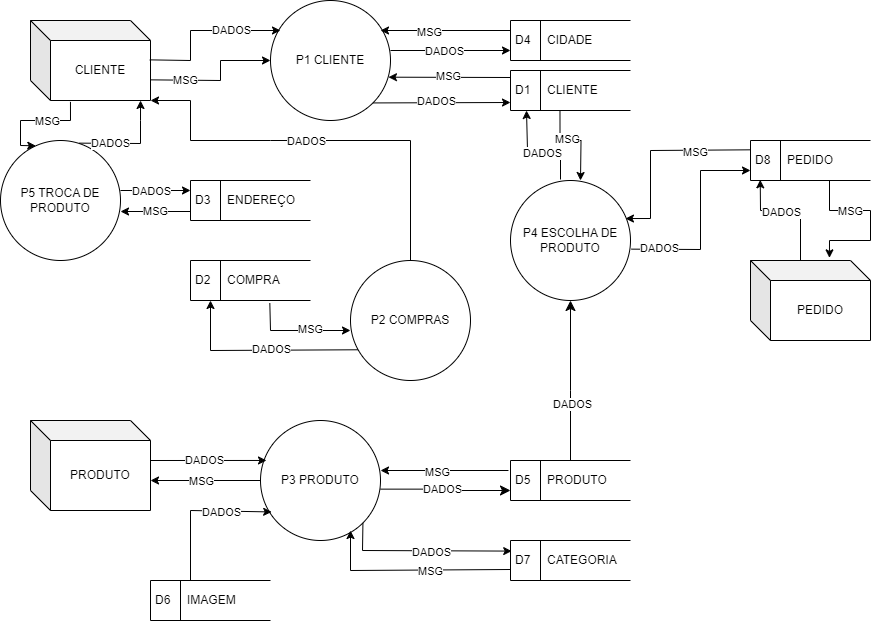
The draw.io diagram diagramadefluxo.drawio.png in LukaPaganoti/TCC-CEEP, before a commit. Source tidied: cells renumbered, new cells last; positions are measured from the earlier drawing's top-left corner, leaving out a move shared by most shapes.
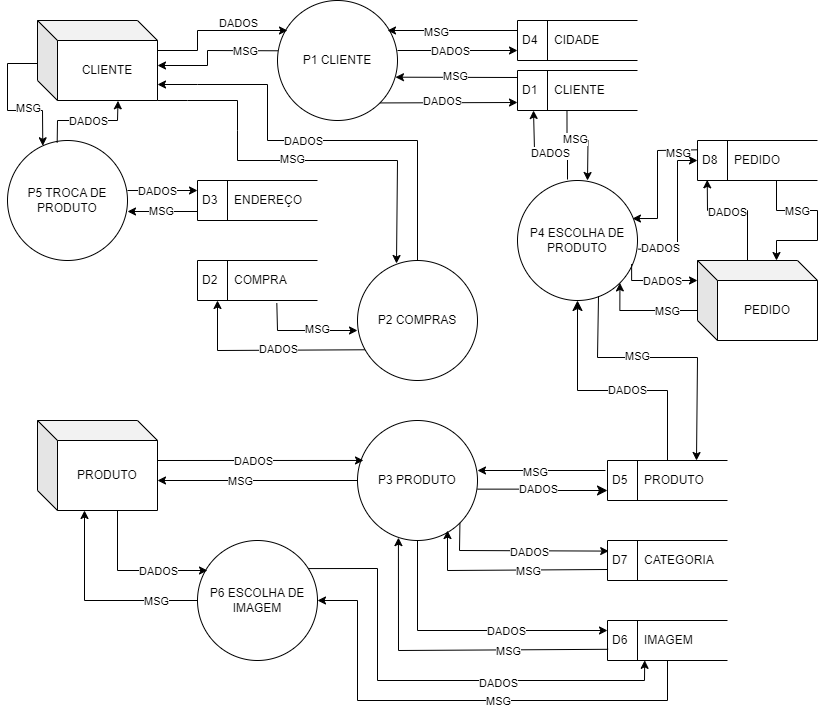
After the change.

The edit, as a diff of the source:
```diff
@@ -5,8 +5,20 @@
     <mxCell id="2" value="CLIENTE" style="shape=cube;whiteSpace=wrap;html=1;boundedLbl=1;backgroundOutline=1;darkOpacity=0.05;darkOpacity2=0.1;" parent="1" vertex="1">
       <mxGeometry x="30" y="20" width="120" height="80" as="geometry" />
     </mxCell>
+    <mxCell id="72" style="edgeStyle=orthogonalEdgeStyle;rounded=0;jettySize=auto;html=1;exitX=0;exitY=0.625;exitDx=0;exitDy=0;exitPerimeter=0;entryX=1;entryY=1;entryDx=0;entryDy=0;" parent="1" edge="1" source="3" target="32">
+      <mxGeometry relative="1" as="geometry">
+        <Array as="points">
+          <mxPoint x="612" y="310" />
+        </Array>
+      </mxGeometry>
+    </mxCell>
+    <mxCell id="73" value="MSG" style="edgeLabel;html=1;align=center;verticalAlign=middle;" parent="72" vertex="1">
+      <mxGeometry x="-0.17" y="4" relative="1" as="geometry">
+        <mxPoint x="13" y="-4" as="offset" />
+      </mxGeometry>
+    </mxCell>
     <mxCell id="3" value="PEDIDO" style="shape=cube;whiteSpace=wrap;html=1;boundedLbl=1;backgroundOutline=1;darkOpacity=0.05;darkOpacity2=0.1;" parent="1" vertex="1">
-      <mxGeometry x="750" y="260" width="120" height="80" as="geometry" />
+      <mxGeometry x="690" y="260" width="120" height="80" as="geometry" />
     </mxCell>
     <mxCell id="4" value="D1&amp;nbsp; &amp;nbsp; &amp;nbsp;CLIENTE" style="html=1;dashed=0;whiteSpace=wrap;shape=mxgraph.dfd.dataStoreID;align=left;spacingLeft=3;points=[[0,0],[0.5,0],[1,0],[0,0.5],[1,0.5],[0,1],[0.5,1],[1,1]];" parent="1" vertex="1">
       <mxGeometry x="510" y="70" width="120" height="40" as="geometry" />
@@ -20,11 +32,12 @@
     <mxCell id="7" value="P1 CLIENTE" style="shape=ellipse;html=1;dashed=0;whiteSpace=wrap;perimeter=ellipsePerimeter;" parent="1" vertex="1">
       <mxGeometry x="270" width="120" height="120" as="geometry" />
     </mxCell>
-    <mxCell id="8" style="endArrow=classic;html=1;rounded=0;exitX=0.994;exitY=0.492;exitDx=0;exitDy=0;exitPerimeter=0;" parent="1" edge="1" source="2">
+    <mxCell id="8" style="endArrow=classic;html=1;rounded=0;" parent="1" edge="1">
       <mxGeometry relative="1" as="geometry">
+        <mxPoint x="150" y="50" as="sourcePoint" />
         <mxPoint x="280" y="30" as="targetPoint" />
         <Array as="points">
-          <mxPoint x="190" y="60" />
+          <mxPoint x="190" y="50" />
           <mxPoint x="190" y="30" />
         </Array>
       </mxGeometry>
@@ -56,13 +69,15 @@
       </mxGeometry>
     </mxCell>
     <mxCell id="14" value="DADOS" style="edgeLabel;html=1;align=center;verticalAlign=middle;" parent="13" vertex="1">
-      <mxGeometry x="-0.29" y="-1" relative="1" as="geometry" />
+      <mxGeometry x="-0.29" y="-1" relative="1" as="geometry">
+        <mxPoint x="-21" as="offset" />
+      </mxGeometry>
     </mxCell>
     <mxCell id="15" value="P2 COMPRAS" style="shape=ellipse;html=1;dashed=0;whiteSpace=wrap;perimeter=ellipsePerimeter;" parent="1" vertex="1">
       <mxGeometry x="350" y="260" width="120" height="120" as="geometry" />
     </mxCell>
     <mxCell id="16" value="P3 PRODUTO" style="shape=ellipse;html=1;dashed=0;whiteSpace=wrap;perimeter=ellipsePerimeter;" parent="1" vertex="1">
-      <mxGeometry x="260" y="420" width="120" height="120" as="geometry" />
+      <mxGeometry x="350" y="420" width="120" height="120" as="geometry" />
     </mxCell>
     <mxCell id="17" style="endArrow=classic;html=1;rounded=0;entryX=0.05;entryY=0.333;entryDx=0;entryDy=0;entryPerimeter=0;" parent="1" edge="1" target="16">
       <mxGeometry relative="1" as="geometry">
@@ -73,11 +88,11 @@
       <mxGeometry x="-0.07" relative="1" as="geometry" />
     </mxCell>
     <mxCell id="19" value="D5&amp;nbsp; &amp;nbsp; &amp;nbsp;PRODUTO" style="html=1;dashed=0;whiteSpace=wrap;shape=mxgraph.dfd.dataStoreID;align=left;spacingLeft=3;points=[[0,0],[0.5,0],[1,0],[0,0.5],[1,0.5],[0,1],[0.5,1],[1,1]];" parent="1" vertex="1">
-      <mxGeometry x="510" y="460" width="120" height="40" as="geometry" />
+      <mxGeometry x="600" y="460" width="120" height="40" as="geometry" />
     </mxCell>
     <mxCell id="20" style="edgeStyle=elbowEdgeStyle;elbow=horizontal;endArrow=classic;html=1;curved=0;rounded=0;endSize=8;startSize=8;exitX=1;exitY=0.572;exitDx=0;exitDy=0;exitPerimeter=0;" parent="1" edge="1" source="16">
       <mxGeometry relative="1" as="geometry">
-        <mxPoint x="510" y="490" as="targetPoint" />
+        <mxPoint x="600" y="490" as="targetPoint" />
       </mxGeometry>
     </mxCell>
     <mxCell id="21" value="DADOS" style="edgeLabel;html=1;align=center;verticalAlign=middle;" parent="20" vertex="1">
@@ -86,10 +101,10 @@
       </mxGeometry>
     </mxCell>
     <mxCell id="22" value="D6&amp;nbsp; &amp;nbsp; &amp;nbsp;IMAGEM" style="html=1;dashed=0;whiteSpace=wrap;shape=mxgraph.dfd.dataStoreID;align=left;spacingLeft=3;points=[[0,0],[0.5,0],[1,0],[0,0.5],[1,0.5],[0,1],[0.5,1],[1,1]];" parent="1" vertex="1">
-      <mxGeometry x="150" y="580" width="120" height="40" as="geometry" />
+      <mxGeometry x="600" y="620" width="120" height="40" as="geometry" />
     </mxCell>
     <mxCell id="23" value="D7&amp;nbsp; &amp;nbsp; &amp;nbsp;CATEGORIA" style="html=1;dashed=0;whiteSpace=wrap;shape=mxgraph.dfd.dataStoreID;align=left;spacingLeft=3;points=[[0,0],[0.5,0],[1,0],[0,0.5],[1,0.5],[0,1],[0.5,1],[1,1]];" parent="1" vertex="1">
-      <mxGeometry x="510" y="540" width="120" height="40" as="geometry" />
+      <mxGeometry x="600" y="540" width="120" height="40" as="geometry" />
     </mxCell>
     <mxCell id="24" style="endArrow=classic;html=1;rounded=0;exitX=0;exitY=0;exitDx=0;exitDy=0;" parent="1" edge="1">
       <mxGeometry relative="1" as="geometry">
@@ -100,11 +115,12 @@
     <mxCell id="25" value="MSG" style="edgeLabel;html=1;align=center;verticalAlign=middle;" parent="24" vertex="1">
       <mxGeometry x="0.26" y="1" relative="1" as="geometry" />
     </mxCell>
-    <mxCell id="26" style="endArrow=classic;html=1;rounded=0;exitX=1.006;exitY=0.742;exitDx=0;exitDy=0;exitPerimeter=0;entryX=0;entryY=0.5;entryDx=0;entryDy=0;" parent="1" edge="1" source="2" target="7">
+    <mxCell id="26" style="endArrow=classic;html=1;rounded=0;exitX=0.004;exitY=0.419;exitDx=0;exitDy=0;exitPerimeter=0;" parent="1" edge="1" source="7">
       <mxGeometry relative="1" as="geometry">
+        <mxPoint x="150" y="65" as="targetPoint" />
         <Array as="points">
-          <mxPoint x="220" y="80" />
-          <mxPoint x="220" y="60" />
+          <mxPoint x="200" y="50" />
+          <mxPoint x="200" y="65" />
         </Array>
       </mxGeometry>
     </mxCell>
@@ -157,31 +173,32 @@
     <mxCell id="37" value="P5 TROCA DE&lt;br&gt;PRODUTO" style="shape=ellipse;html=1;dashed=0;whiteSpace=wrap;perimeter=ellipsePerimeter;" parent="1" vertex="1">
       <mxGeometry y="140" width="120" height="120" as="geometry" />
     </mxCell>
-    <mxCell id="38" style="endArrow=classic;html=1;rounded=0;entryX=0.917;entryY=1;entryDx=0;entryDy=0;entryPerimeter=0;exitX=0.656;exitY=0.022;exitDx=0;exitDy=0;exitPerimeter=0;" parent="1" edge="1" source="37" target="2">
+    <mxCell id="38" style="endArrow=classic;html=1;rounded=0;entryX=0.671;entryY=1.004;entryDx=0;entryDy=0;entryPerimeter=0;exitX=0.414;exitY=0.017;exitDx=0;exitDy=0;exitPerimeter=0;" parent="1" edge="1" source="37" target="2">
       <mxGeometry relative="1" as="geometry">
         <Array as="points">
-          <mxPoint x="140" y="143" />
-          <mxPoint x="140" y="120" />
+          <mxPoint x="50" y="120" />
+          <mxPoint x="110" y="120" />
         </Array>
       </mxGeometry>
     </mxCell>
     <mxCell id="39" value="DADOS" style="edgeLabel;html=1;align=center;verticalAlign=middle;" parent="38" vertex="1">
       <mxGeometry x="-0.48" relative="1" as="geometry">
-        <mxPoint x="4" as="offset" />
+        <mxPoint x="27" as="offset" />
       </mxGeometry>
     </mxCell>
-    <mxCell id="40" style="endArrow=classic;html=1;rounded=0;entryX=0.294;entryY=0.044;entryDx=0;entryDy=0;entryPerimeter=0;exitX=0.333;exitY=1.017;exitDx=0;exitDy=0;exitPerimeter=0;" parent="1" edge="1" source="2" target="37">
+    <mxCell id="40" style="endArrow=classic;html=1;rounded=0;entryX=0.294;entryY=0.044;entryDx=0;entryDy=0;entryPerimeter=0;" parent="1" edge="1" target="37">
       <mxGeometry relative="1" as="geometry">
+        <mxPoint x="30" y="63" as="sourcePoint" />
         <Array as="points">
-          <mxPoint x="70" y="120" />
-          <mxPoint x="20" y="120" />
-          <mxPoint x="20" y="145" />
+          <mxPoint y="63" />
+          <mxPoint y="110" />
+          <mxPoint x="35" y="110" />
         </Array>
       </mxGeometry>
     </mxCell>
     <mxCell id="41" value="MSG" style="edgeLabel;html=1;align=center;verticalAlign=middle;" parent="40" vertex="1">
       <mxGeometry x="-0.35" relative="1" as="geometry">
-        <mxPoint x="-7" as="offset" />
+        <mxPoint x="20" y="27" as="offset" />
       </mxGeometry>
     </mxCell>
     <mxCell id="42" style="endArrow=classic;html=1;rounded=0;" parent="1" edge="1">
@@ -207,27 +224,28 @@
       </mxGeometry>
     </mxCell>
     <mxCell id="46" value="D8&amp;nbsp; &amp;nbsp; &amp;nbsp;PEDIDO" style="html=1;dashed=0;whiteSpace=wrap;shape=mxgraph.dfd.dataStoreID;align=left;spacingLeft=3;points=[[0,0],[0.5,0],[1,0],[0,0.5],[1,0.5],[0,1],[0.5,1],[1,1]];" parent="1" vertex="1">
-      <mxGeometry x="750" y="140" width="120" height="40" as="geometry" />
+      <mxGeometry x="690" y="140" width="120" height="40" as="geometry" />
     </mxCell>
     <mxCell id="47" style="endArrow=classic;html=1;rounded=0;exitX=0;exitY=0;exitDx=50;exitDy=0;exitPerimeter=0;entryX=0.081;entryY=0.983;entryDx=0;entryDy=0;entryPerimeter=0;" parent="1" edge="1" source="3" target="46">
       <mxGeometry relative="1" as="geometry">
         <Array as="points">
-          <mxPoint x="800" y="210" />
-          <mxPoint x="760" y="210" />
+          <mxPoint x="740" y="210" />
+          <mxPoint x="700" y="210" />
         </Array>
       </mxGeometry>
     </mxCell>
     <mxCell id="48" value="DADOS" style="edgeLabel;html=1;align=center;verticalAlign=middle;" parent="47" vertex="1">
       <mxGeometry x="0.16" y="1" relative="1" as="geometry" />
     </mxCell>
-    <mxCell id="49" style="endArrow=classic;html=1;rounded=0;entryX=0.658;entryY=-0.033;entryDx=0;entryDy=0;entryPerimeter=0;" parent="1" edge="1" target="3">
+    <mxCell id="49" style="endArrow=classic;html=1;rounded=0;" parent="1" edge="1">
       <mxGeometry relative="1" as="geometry">
-        <mxPoint x="829" y="180" as="sourcePoint" />
+        <mxPoint x="769" y="180" as="sourcePoint" />
+        <mxPoint x="769" y="260" as="targetPoint" />
         <Array as="points">
-          <mxPoint x="829" y="210" />
-          <mxPoint x="870" y="210" />
-          <mxPoint x="870" y="240" />
-          <mxPoint x="829" y="240" />
+          <mxPoint x="769" y="210" />
+          <mxPoint x="810" y="210" />
+          <mxPoint x="810" y="240" />
+          <mxPoint x="769" y="240" />
         </Array>
       </mxGeometry>
     </mxCell>
@@ -243,27 +261,29 @@
       </mxGeometry>
     </mxCell>
     <mxCell id="52" value="MSG" style="edgeLabel;html=1;align=center;verticalAlign=middle;" parent="51" vertex="1">
-      <mxGeometry x="-0.43" y="2" relative="1" as="geometry" />
+      <mxGeometry x="-0.43" y="2" relative="1" as="geometry">
+        <mxPoint x="18" as="offset" />
+      </mxGeometry>
     </mxCell>
-    <mxCell id="53" style="endArrow=classic;html=1;rounded=0;exitX=1.008;exitY=0.572;exitDx=0;exitDy=0;exitPerimeter=0;" parent="1" edge="1" source="32">
+    <mxCell id="53" style="endArrow=classic;html=1;rounded=0;exitX=1.008;exitY=0.572;exitDx=0;exitDy=0;exitPerimeter=0;entryX=0;entryY=0.5;entryDx=0;entryDy=0;" parent="1" edge="1" source="32" target="46">
       <mxGeometry relative="1" as="geometry">
-        <mxPoint x="750" y="170" as="targetPoint" />
         <Array as="points">
-          <mxPoint x="700" y="249" />
-          <mxPoint x="700" y="170" />
+          <mxPoint x="670" y="249" />
+          <mxPoint x="670" y="160" />
         </Array>
       </mxGeometry>
     </mxCell>
     <mxCell id="54" value="DADOS" style="edgeLabel;html=1;align=center;verticalAlign=middle;" parent="53" vertex="1">
       <mxGeometry x="-0.72" y="1" relative="1" as="geometry" />
     </mxCell>
-    <mxCell id="55" style="endArrow=classic;html=1;rounded=0;entryX=1;entryY=1;entryDx=0;entryDy=0;entryPerimeter=0;exitX=0.5;exitY=0;exitDx=0;exitDy=0;" parent="1" edge="1" source="15" target="2">
+    <mxCell id="55" style="endArrow=classic;html=1;rounded=0;exitX=0.5;exitY=0;exitDx=0;exitDy=0;" parent="1" edge="1" source="15">
       <mxGeometry relative="1" as="geometry">
+        <mxPoint x="150" y="84" as="targetPoint" />
         <Array as="points">
           <mxPoint x="410" y="140" />
-          <mxPoint x="270" y="140" />
-          <mxPoint x="190" y="140" />
-          <mxPoint x="190" y="100" />
+          <mxPoint x="260" y="140" />
+          <mxPoint x="260" y="84" />
+          <mxPoint x="190" y="84" />
         </Array>
       </mxGeometry>
     </mxCell>
@@ -311,7 +331,7 @@
     </mxCell>
     <mxCell id="64" style="endArrow=classic;html=1;rounded=0;exitX=-0.017;exitY=0.25;exitDx=0;exitDy=0;exitPerimeter=0;" parent="1" edge="1" source="19">
       <mxGeometry relative="1" as="geometry">
-        <mxPoint x="380" y="470" as="targetPoint" />
+        <mxPoint x="470" y="470" as="targetPoint" />
       </mxGeometry>
     </mxCell>
     <mxCell id="65" value="MSG" style="edgeLabel;html=1;align=center;verticalAlign=middle;" parent="64" vertex="1">
@@ -320,7 +340,7 @@
     <mxCell id="66" style="endArrow=classic;html=1;rounded=0;entryX=0.75;entryY=0.917;entryDx=0;entryDy=0;entryPerimeter=0;exitX=-0.003;exitY=0.725;exitDx=0;exitDy=0;exitPerimeter=0;" parent="1" edge="1" source="23" target="16">
       <mxGeometry relative="1" as="geometry">
         <Array as="points">
-          <mxPoint x="350" y="570" />
+          <mxPoint x="440" y="570" />
         </Array>
       </mxGeometry>
     </mxCell>
@@ -332,7 +352,7 @@
     <mxCell id="68" style="endArrow=classic;html=1;rounded=0;entryX=0.01;entryY=0.265;entryDx=0;entryDy=0;entryPerimeter=0;exitX=1;exitY=1;exitDx=0;exitDy=0;" parent="1" edge="1" source="16" target="23">
       <mxGeometry relative="1" as="geometry">
         <Array as="points">
-          <mxPoint x="362" y="550" />
+          <mxPoint x="452" y="550" />
         </Array>
       </mxGeometry>
     </mxCell>
@@ -341,16 +361,134 @@
         <mxPoint x="5" as="offset" />
       </mxGeometry>
     </mxCell>
-    <mxCell id="70" style="endArrow=classic;html=1;rounded=0;entryX=0.093;entryY=0.762;entryDx=0;entryDy=0;entryPerimeter=0;" parent="1" edge="1" target="16">
+    <mxCell id="70" style="endArrow=classic;html=1;rounded=0;entryX=0.341;entryY=0.976;entryDx=0;entryDy=0;entryPerimeter=0;exitX=0.005;exitY=0.72;exitDx=0;exitDy=0;exitPerimeter=0;" parent="1" edge="1" source="22" target="16">
       <mxGeometry relative="1" as="geometry">
-        <mxPoint x="190" y="580" as="sourcePoint" />
         <Array as="points">
-          <mxPoint x="190" y="510" />
+          <mxPoint x="391" y="650" />
         </Array>
       </mxGeometry>
     </mxCell>
-    <mxCell id="71" value="DADOS" style="edgeLabel;html=1;align=center;verticalAlign=middle;" parent="70" vertex="1">
-      <mxGeometry x="0.33" y="-1" relative="1" as="geometry" />
-    </mxCell>
+    <mxCell id="74" value="P6 ESCOLHA DE IMAGEM" style="shape=ellipse;html=1;dashed=0;whiteSpace=wrap;perimeter=ellipsePerimeter;" parent="1" vertex="1">
+      <mxGeometry x="190" y="540" width="120" height="120" as="geometry" />
+    </mxCell>
+    <mxCell id="75" style="endArrow=classic;html=1;rounded=0;exitX=0.5;exitY=1;exitDx=0;exitDy=0;" parent="1" edge="1" source="16">
+      <mxGeometry relative="1" as="geometry">
+        <mxPoint x="600" y="630" as="targetPoint" />
+        <Array as="points">
+          <mxPoint x="410" y="630" />
+        </Array>
+      </mxGeometry>
+    </mxCell>
+    <mxCell id="76" value="MSG" style="edgeLabel;html=1;align=center;verticalAlign=middle;" parent="75" vertex="1">
+      <mxGeometry x="0.28" y="1" relative="1" as="geometry">
+        <mxPoint y="21" as="offset" />
+      </mxGeometry>
+    </mxCell>
+    <mxCell id="77" value="Text" style="edgeLabel;html=1;align=center;verticalAlign=middle;" parent="75" vertex="1">
+      <mxGeometry x="0.26" y="2" relative="1" as="geometry" />
+    </mxCell>
+    <mxCell id="78" value="DADOS" style="edgeLabel;html=1;align=center;verticalAlign=middle;" parent="75" vertex="1">
+      <mxGeometry x="0.28" y="2" relative="1" as="geometry">
+        <mxPoint y="2" as="offset" />
+      </mxGeometry>
+    </mxCell>
+    <mxCell id="79" style="endArrow=classic;html=1;rounded=0;entryX=0.325;entryY=0.025;entryDx=0;entryDy=0;entryPerimeter=0;exitX=1;exitY=1;exitDx=0;exitDy=0;exitPerimeter=0;" parent="1" edge="1" source="2" target="15">
+      <mxGeometry relative="1" as="geometry">
+        <Array as="points">
+          <mxPoint x="180" y="100" />
+          <mxPoint x="230" y="100" />
+          <mxPoint x="230" y="130" />
+          <mxPoint x="230" y="160" />
+          <mxPoint x="390" y="160" />
+        </Array>
+      </mxGeometry>
+    </mxCell>
+    <mxCell id="80" value="MSG" style="edgeLabel;html=1;align=center;verticalAlign=middle;" parent="79" vertex="1">
+      <mxGeometry x="-0.14" y="2" relative="1" as="geometry">
+        <mxPoint x="21" as="offset" />
+      </mxGeometry>
+    </mxCell>
+    <mxCell id="81" style="endArrow=classic;html=1;rounded=0;entryX=0.325;entryY=0.025;entryDx=0;entryDy=0;entryPerimeter=0;exitX=0.675;exitY=0.964;exitDx=0;exitDy=0;exitPerimeter=0;" parent="1" edge="1" source="32">
+      <mxGeometry relative="1" as="geometry">
+        <mxPoint x="689" y="460" as="targetPoint" />
+        <Array as="points">
+          <mxPoint x="590" y="357" />
+          <mxPoint x="690" y="357" />
+        </Array>
+      </mxGeometry>
+    </mxCell>
+    <mxCell id="82" value="MSG" style="edgeLabel;html=1;align=center;verticalAlign=middle;" parent="81" vertex="1">
+      <mxGeometry x="-0.14" y="2" relative="1" as="geometry">
+        <mxPoint x="-12" as="offset" />
+      </mxGeometry>
+    </mxCell>
+    <mxCell id="83" style="endArrow=classic;html=1;rounded=0;entryX=0.31;entryY=0.996;entryDx=0;entryDy=0;entryPerimeter=0;exitX=0.923;exitY=0.234;exitDx=0;exitDy=0;exitPerimeter=0;" parent="1" edge="1" source="74" target="22">
+      <mxGeometry relative="1" as="geometry">
+        <Array as="points">
+          <mxPoint x="370" y="568" />
+          <mxPoint x="370" y="680" />
+          <mxPoint x="637" y="680" />
+        </Array>
+      </mxGeometry>
+    </mxCell>
+    <mxCell id="84" value="DADOS" style="edgeLabel;html=1;align=center;verticalAlign=middle;" parent="83" vertex="1">
+      <mxGeometry x="0.32" y="-2" relative="1" as="geometry">
+        <mxPoint x="-7" as="offset" />
+      </mxGeometry>
+    </mxCell>
+    <mxCell id="85" style="endArrow=classic;html=1;rounded=0;entryX=1;entryY=0.5;entryDx=0;entryDy=0;exitX=0.5;exitY=1;exitDx=0;exitDy=0;" parent="1" edge="1" source="22" target="74">
+      <mxGeometry relative="1" as="geometry">
+        <Array as="points">
+          <mxPoint x="660" y="700" />
+          <mxPoint x="350" y="700" />
+          <mxPoint x="350" y="600" />
+        </Array>
+      </mxGeometry>
+    </mxCell>
+    <mxCell id="86" value="MSG" style="edgeLabel;html=1;align=center;verticalAlign=middle;" parent="85" vertex="1">
+      <mxGeometry x="-0.16" relative="1" as="geometry">
+        <mxPoint x="-3" as="offset" />
+      </mxGeometry>
+    </mxCell>
+    <mxCell id="87" style="endArrow=classic;html=1;rounded=0;" parent="1" edge="1">
+      <mxGeometry relative="1" as="geometry">
+        <mxPoint x="110" y="510" as="sourcePoint" />
+        <mxPoint x="200" y="570" as="targetPoint" />
+        <Array as="points">
+          <mxPoint x="110" y="570" />
+        </Array>
+      </mxGeometry>
+    </mxCell>
+    <mxCell id="88" value="DADOS" style="edgeLabel;html=1;align=center;verticalAlign=middle;" parent="87" vertex="1">
+      <mxGeometry x="0.37" relative="1" as="geometry">
+        <mxPoint x="-3" as="offset" />
+      </mxGeometry>
+    </mxCell>
+    <mxCell id="89" style="endArrow=classic;html=1;rounded=0;" parent="1" edge="1" source="74">
+      <mxGeometry relative="1" as="geometry">
+        <mxPoint x="77" y="510" as="targetPoint" />
+        <Array as="points">
+          <mxPoint x="77" y="600" />
+        </Array>
+      </mxGeometry>
+    </mxCell>
+    <mxCell id="90" value="MSG" style="edgeLabel;html=1;align=center;verticalAlign=middle;" parent="89" vertex="1">
+      <mxGeometry x="-0.47" relative="1" as="geometry">
+        <mxPoint x="13" as="offset" />
+      </mxGeometry>
+    </mxCell>
+    <mxCell id="91" style="edgeStyle=orthogonalEdgeStyle;rounded=0;jettySize=auto;html=1;exitX=0.951;exitY=0.697;exitDx=0;exitDy=0;exitPerimeter=0;" parent="1" edge="1" source="32">
+      <mxGeometry relative="1" as="geometry">
+        <mxPoint x="690" y="280" as="targetPoint" />
+        <Array as="points">
+          <mxPoint x="624" y="280" />
+        </Array>
+      </mxGeometry>
+    </mxCell>
+    <mxCell id="92" value="DADOS" style="edgeLabel;html=1;align=center;verticalAlign=middle;" parent="91" vertex="1">
+      <mxGeometry x="0.18" y="-3" relative="1" as="geometry">
+        <mxPoint x="-2" y="-3" as="offset" />
+      </mxGeometry>
+    </mxCell>
   </root>
 </mxGraphModel>
```
